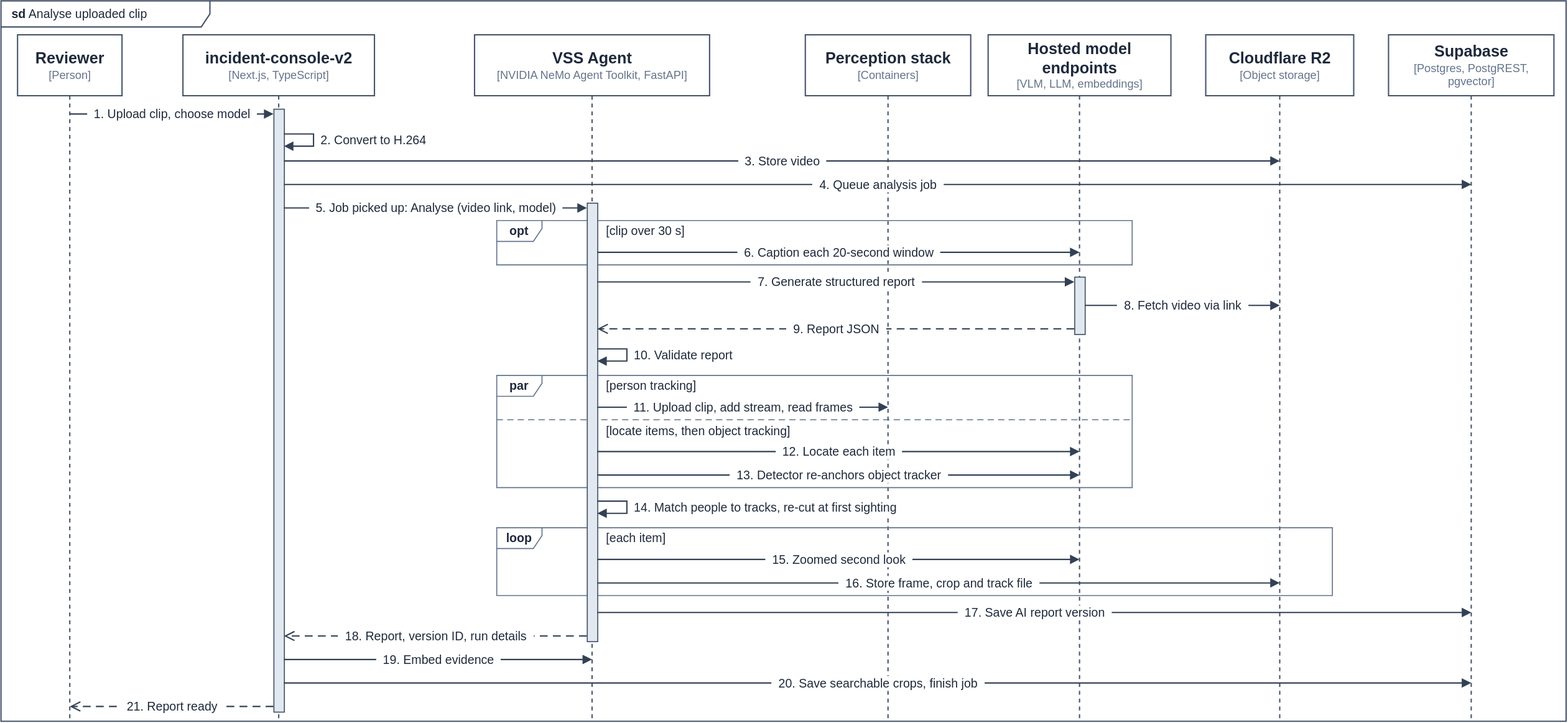
The draw.io diagram deploy/docker/developer-profiles/dev-profile-incident/.docs/figures/figure-4-analysis.drawio.svg in Danwidj/video-search-and-summarization, before a commit. Source tidied: cells renumbered, new cells last; positions are measured from the earlier drawing's top-left corner, leaving out a move shared by most shapes.
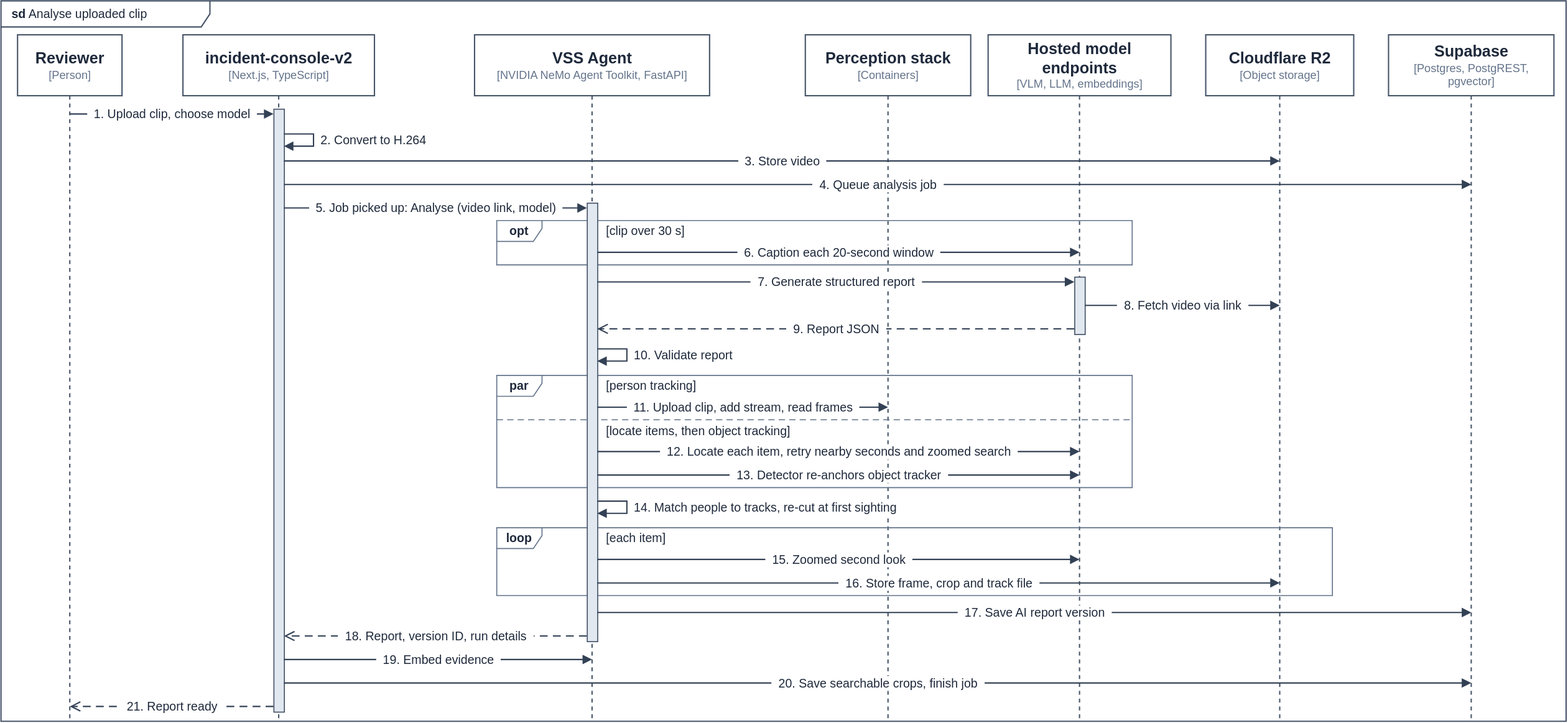
Above is the later version.

Commit message:
docs(incident): update architecture figures and text for gap retry, draft edits and chat box tools (#545)

The edit, as a diff of the source:
```diff
@@ -145,7 +145,7 @@
         <mxPoint x="1020" y="468" as="targetPoint" />
       </mxGeometry>
     </mxCell>
-    <mxCell id="35" value="&amp;nbsp;&amp;nbsp;12. Locate each item&amp;nbsp;&amp;nbsp;" style="html=1;rounded=0;strokeColor=#334155;strokeWidth=1.5;fontSize=14;fontColor=#1E293B;verticalAlign=middle;labelBackgroundColor=#FFFFFF;fontFamily=Helvetica;endArrow=block;endFill=1;endSize=7;" parent="1" edge="1">
+    <mxCell id="35" value="&amp;nbsp;&amp;nbsp;12. Locate each item, retry nearby seconds and zoomed search&amp;nbsp;&amp;nbsp;" style="html=1;rounded=0;strokeColor=#334155;strokeWidth=1.5;fontSize=14;fontColor=#1E293B;verticalAlign=middle;labelBackgroundColor=#FFFFFF;fontFamily=Helvetica;endArrow=block;endFill=1;endSize=7;" parent="1" edge="1">
       <mxGeometry relative="1" as="geometry">
         <mxPoint x="686" y="519" as="sourcePoint" />
         <mxPoint x="1240" y="519" as="targetPoint" />
```
